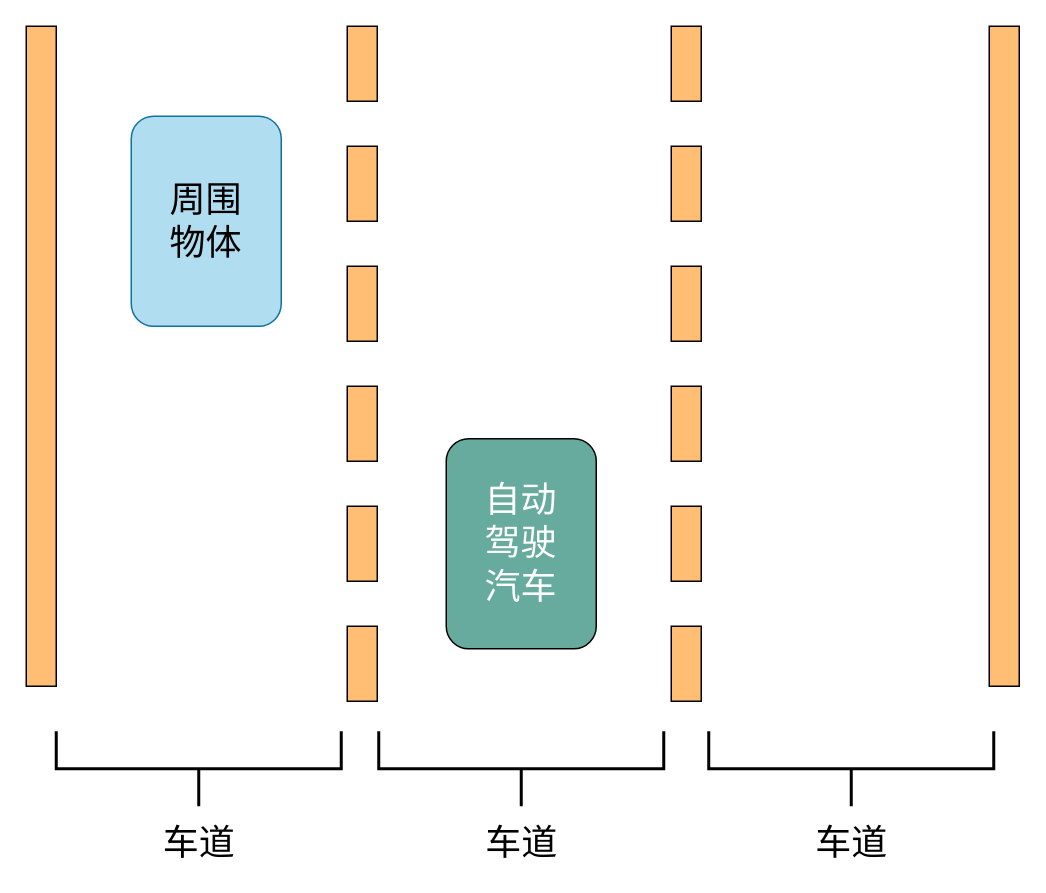
This is lane_illustration.drawio from puresummersky/ML_web, a draw.io file, before an edit. Source tidied: cells renumbered, new cells numbered last; positions are measured from the earlier drawing's top-left corner, leaving out a move shared by most shapes. Both pictures are drawn from the tidied source at 150%, with x=0, y=0 at pixel (26, 26).
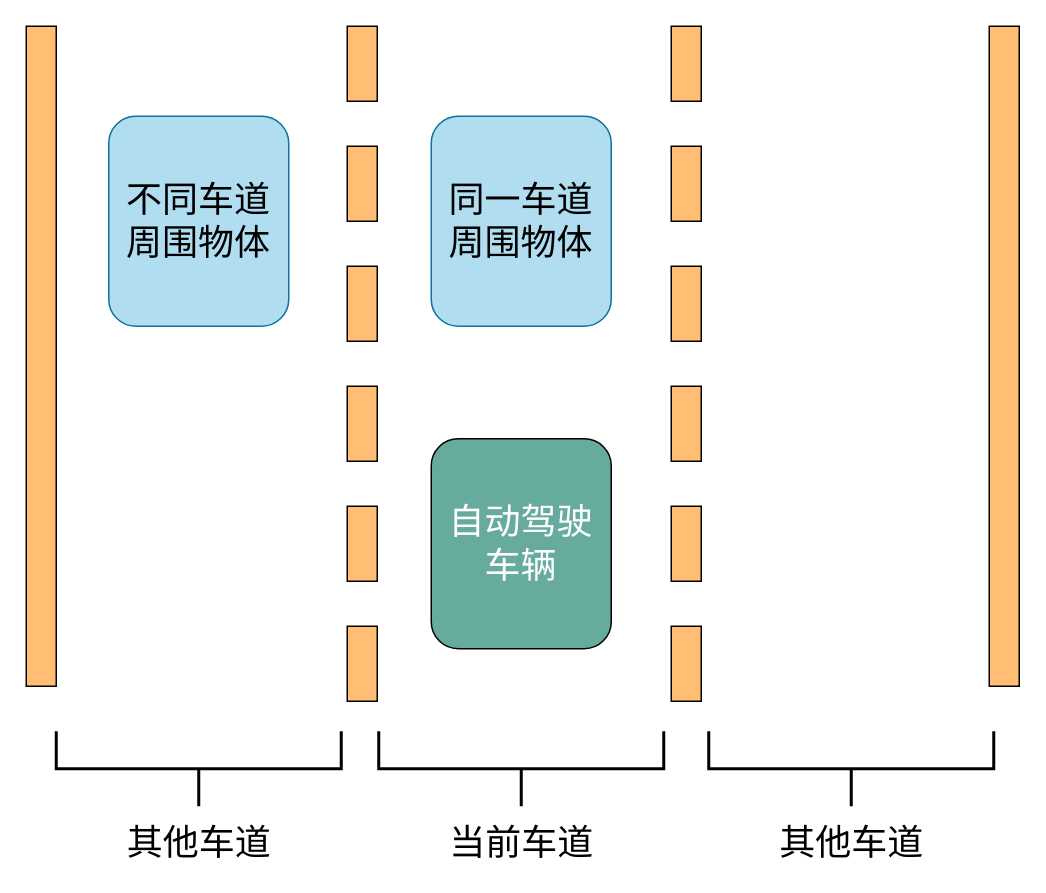
The same page after the edit.

The edit, as a diff of the source:
```diff
@@
-    <mxCell id="16" value="&lt;div&gt;&lt;font style=&quot;font-size: 24px;&quot; face=&quot;Helvetica&quot; color=&quot;#FFFFFF&quot;&gt;自动&lt;/font&gt;&lt;/div&gt;&lt;div&gt;&lt;font style=&quot;font-size: 24px;&quot; face=&quot;Helvetica&quot; color=&quot;#FFFFFF&quot;&gt;驾驶&lt;/font&gt;&lt;/div&gt;&lt;div&gt;&lt;font style=&quot;font-size: 24px;&quot; face=&quot;Helvetica&quot; color=&quot;#FFFFFF&quot;&gt;汽车&lt;/font&gt;&lt;/div&gt;" style="rounded=1;whiteSpace=wrap;html=1;strokeColor=#000000;fillColor=#67AB9F;" parent="1" vertex="1">
-      <mxGeometry x="280" y="275" width="100" height="140" as="geometry" />
+    <mxCell id="16" value="&lt;div&gt;&lt;font style=&quot;font-size: 24px;&quot; face=&quot;Helvetica&quot; color=&quot;#FFFFFF&quot;&gt;自动驾驶车辆&lt;/font&gt;&lt;/div&gt;" style="rounded=1;whiteSpace=wrap;html=1;strokeColor=#000000;fillColor=#67AB9F;" parent="1" vertex="1">
+      <mxGeometry x="270" y="275" width="120" height="140" as="geometry" />
     </mxCell>
-    <mxCell id="17" value="&lt;div&gt;&lt;font style=&quot;font-size: 24px;&quot; face=&quot;Helvetica&quot;&gt;周围&lt;/font&gt;&lt;/div&gt;&lt;div&gt;&lt;font style=&quot;font-size: 24px;&quot; face=&quot;Helvetica&quot;&gt;物体&lt;/font&gt;&lt;/div&gt;" style="rounded=1;whiteSpace=wrap;html=1;strokeColor=#10739e;fillColor=#b1ddf0;fontColor=#000000;" parent="1" vertex="1">
-      <mxGeometry x="70" y="60" width="100" height="140" as="geometry" />
+    <mxCell id="17" value="&lt;div&gt;&lt;font style=&quot;font-size: 24px;&quot; face=&quot;Helvetica&quot;&gt;不同车道周围物体&lt;/font&gt;&lt;/div&gt;" style="rounded=1;whiteSpace=wrap;html=1;strokeColor=#10739e;fillColor=#b1ddf0;fontColor=#000000;" parent="1" vertex="1">
+      <mxGeometry x="55" y="60" width="120" height="140" as="geometry" />
     </mxCell>
@@
-    <mxCell id="19" value="车道" style="text;html=1;align=center;verticalAlign=middle;strokeColor=none;fillColor=none;fontSize=24;fontFamily=Helvetica;fontColor=#000000;" parent="1" vertex="1">
-      <mxGeometry x="85" y="530" width="60" height="30" as="geometry" />
+    <mxCell id="19" value="其他车道" style="text;html=1;align=center;verticalAlign=middle;strokeColor=none;fillColor=none;fontSize=24;fontFamily=Helvetica;fontColor=#000000;" parent="1" vertex="1">
+      <mxGeometry x="60" y="530" width="110" height="30" as="geometry" />
     </mxCell>
@@
-    <mxCell id="21" value="车道" style="text;html=1;align=center;verticalAlign=middle;strokeColor=none;fillColor=none;fontSize=24;fontFamily=Helvetica;fontColor=#000000;" parent="1" vertex="1">
-      <mxGeometry x="300" y="530" width="60" height="30" as="geometry" />
+    <mxCell id="21" value="当前车道" style="text;html=1;align=center;verticalAlign=middle;strokeColor=none;fillColor=none;fontSize=24;fontFamily=Helvetica;fontColor=#000000;" parent="1" vertex="1">
+      <mxGeometry x="275" y="530" width="110" height="30" as="geometry" />
     </mxCell>
@@
-    <mxCell id="23" value="车道" style="text;html=1;align=center;verticalAlign=middle;strokeColor=none;fillColor=none;fontSize=24;fontFamily=Helvetica;fontColor=#000000;" parent="1" vertex="1">
-      <mxGeometry x="520" y="530" width="60" height="30" as="geometry" />
+    <mxCell id="23" value="其他车道" style="text;html=1;align=center;verticalAlign=middle;strokeColor=none;fillColor=none;fontSize=24;fontFamily=Helvetica;fontColor=#000000;" parent="1" vertex="1">
+      <mxGeometry x="495" y="530" width="110" height="30" as="geometry" />
     </mxCell>
+    <mxCell id="24" value="&lt;div&gt;&lt;font style=&quot;font-size: 24px;&quot; face=&quot;Helvetica&quot;&gt;同一车道周围物体&lt;/font&gt;&lt;/div&gt;" style="rounded=1;whiteSpace=wrap;html=1;strokeColor=#10739e;fillColor=#b1ddf0;fontColor=#000000;" parent="1" vertex="1">
+      <mxGeometry x="270" y="60" width="120" height="140" as="geometry" />
+    </mxCell>
```
